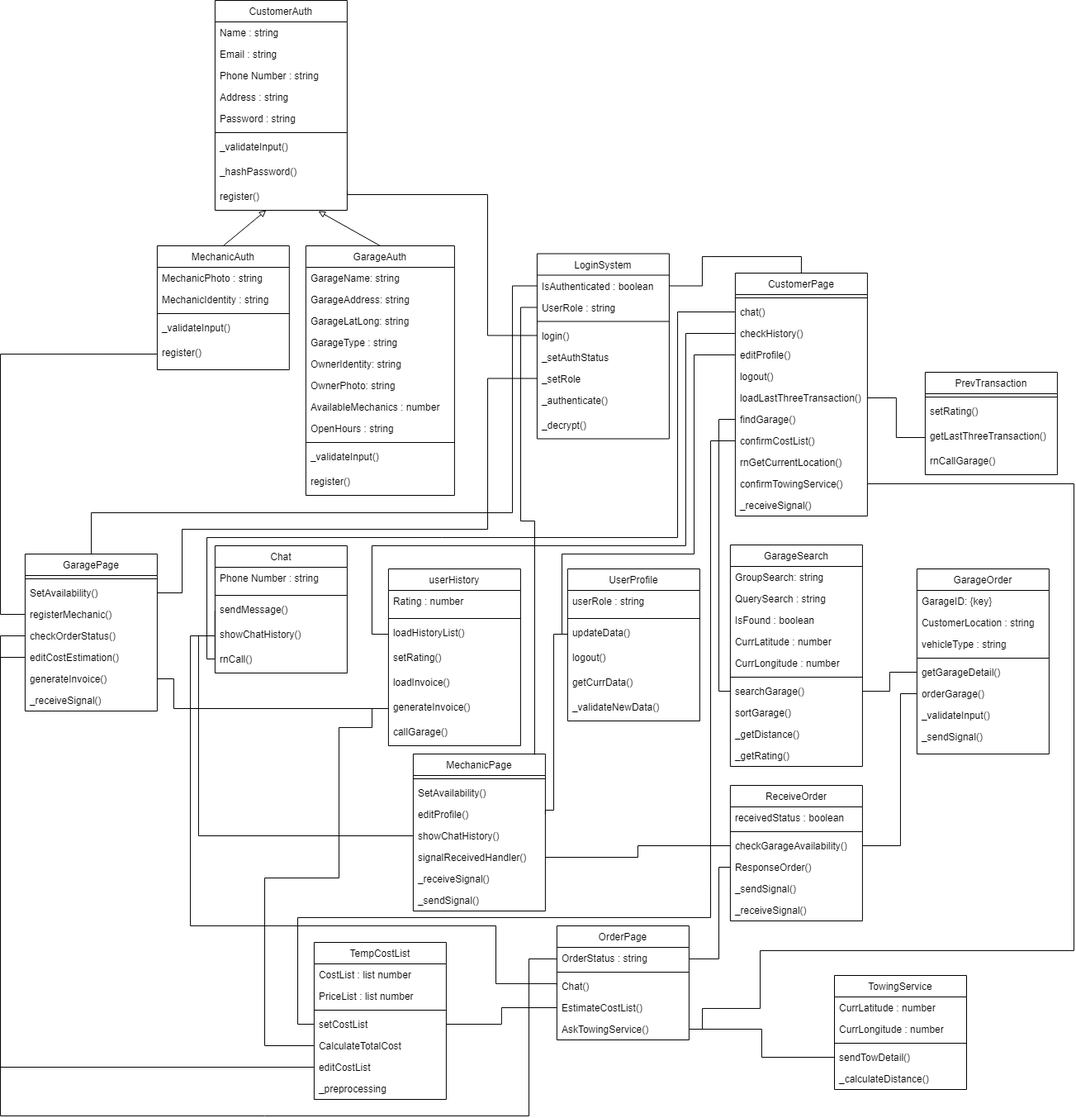
This is Systems/ClassDiagram.drawio.png from felixfilipi/E-Monteer, a draw.io export, as it was before one commit. Source tidied: cells renumbered, new cells last; positions are measured from the earlier drawing's top-left corner, leaving out a move shared by most shapes.
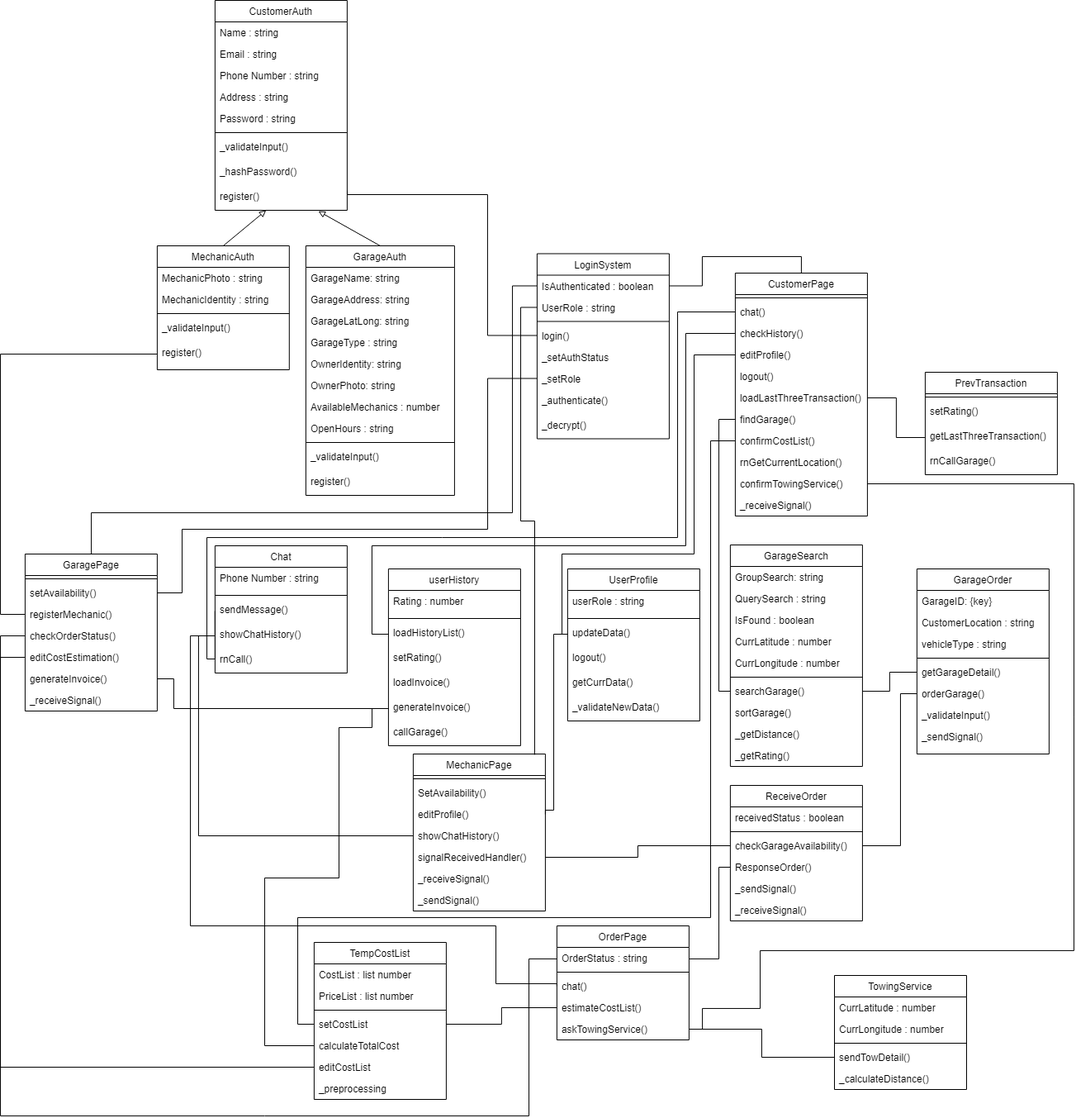
After the commit.

Diff of the diagram source:
```diff
@@ -329,7 +329,7 @@
     <mxCell id="110" value="setCostList" style="text;align=left;verticalAlign=top;spacingLeft=4;spacingRight=4;overflow=hidden;points=[[0,0.5],[1,0.5]];portConstraint=eastwest;" parent="106" vertex="1">
       <mxGeometry y="86" width="160" height="26" as="geometry" />
     </mxCell>
-    <mxCell id="111" value="CalculateTotalCost" style="text;align=left;verticalAlign=top;spacingLeft=4;spacingRight=4;overflow=hidden;points=[[0,0.5],[1,0.5]];portConstraint=eastwest;" parent="106" vertex="1">
+    <mxCell id="111" value="calculateTotalCost" style="text;align=left;verticalAlign=top;spacingLeft=4;spacingRight=4;overflow=hidden;points=[[0,0.5],[1,0.5]];portConstraint=eastwest;" parent="106" vertex="1">
       <mxGeometry y="112" width="160" height="26" as="geometry" />
     </mxCell>
     <mxCell id="112" value="editCostList" style="text;align=left;verticalAlign=top;spacingLeft=4;spacingRight=4;overflow=hidden;points=[[0,0.5],[1,0.5]];portConstraint=eastwest;" parent="106" vertex="1">
@@ -347,13 +347,13 @@
     <mxCell id="116" style="line;html=1;strokeWidth=1;align=left;verticalAlign=middle;spacingTop=-1;spacingLeft=3;spacingRight=3;labelPosition=right;" parent="114" vertex="1">
       <mxGeometry y="52" width="160" height="8" as="geometry" />
     </mxCell>
-    <mxCell id="117" value="Chat()" style="text;align=left;verticalAlign=top;spacingLeft=4;spacingRight=4;overflow=hidden;points=[[0,0.5],[1,0.5]];portConstraint=eastwest;" parent="114" vertex="1">
+    <mxCell id="117" value="chat()" style="text;align=left;verticalAlign=top;spacingLeft=4;spacingRight=4;overflow=hidden;points=[[0,0.5],[1,0.5]];portConstraint=eastwest;" parent="114" vertex="1">
       <mxGeometry y="60" width="160" height="26" as="geometry" />
     </mxCell>
-    <mxCell id="118" value="EstimateCostList()" style="text;align=left;verticalAlign=top;spacingLeft=4;spacingRight=4;overflow=hidden;points=[[0,0.5],[1,0.5]];portConstraint=eastwest;" parent="114" vertex="1">
+    <mxCell id="118" value="estimateCostList()" style="text;align=left;verticalAlign=top;spacingLeft=4;spacingRight=4;overflow=hidden;points=[[0,0.5],[1,0.5]];portConstraint=eastwest;" parent="114" vertex="1">
       <mxGeometry y="86" width="160" height="26" as="geometry" />
     </mxCell>
-    <mxCell id="119" value="AskTowingService()" style="text;align=left;verticalAlign=top;spacingLeft=4;spacingRight=4;overflow=hidden;points=[[0,0.5],[1,0.5]];portConstraint=eastwest;" parent="114" vertex="1">
+    <mxCell id="119" value="askTowingService()" style="text;align=left;verticalAlign=top;spacingLeft=4;spacingRight=4;overflow=hidden;points=[[0,0.5],[1,0.5]];portConstraint=eastwest;" parent="114" vertex="1">
       <mxGeometry y="112" width="160" height="26" as="geometry" />
     </mxCell>
     <mxCell id="120" value="MechanicPage" style="swimlane;fontStyle=0;align=center;verticalAlign=top;horizontal=1;startSize=26;rounded=0;shadow=0;strokeWidth=1;" parent="1" vertex="1">
@@ -410,7 +410,7 @@
     <mxCell id="137" style="line;html=1;strokeWidth=1;align=left;verticalAlign=middle;spacingTop=-1;spacingLeft=3;spacingRight=3;labelPosition=right;" parent="136" vertex="1">
       <mxGeometry y="26" width="160" height="8" as="geometry" />
     </mxCell>
-    <mxCell id="138" value="SetAvailability()" style="text;align=left;verticalAlign=top;spacingLeft=4;spacingRight=4;overflow=hidden;points=[[0,0.5],[1,0.5]];portConstraint=eastwest;" parent="136" vertex="1">
+    <mxCell id="138" value="setAvailability()" style="text;align=left;verticalAlign=top;spacingLeft=4;spacingRight=4;overflow=hidden;points=[[0,0.5],[1,0.5]];portConstraint=eastwest;" parent="136" vertex="1">
       <mxGeometry y="34" width="160" height="26" as="geometry" />
     </mxCell>
     <mxCell id="139" value="registerMechanic()" style="text;align=left;verticalAlign=top;spacingLeft=4;spacingRight=4;overflow=hidden;points=[[0,0.5],[1,0.5]];portConstraint=eastwest;" parent="136" vertex="1">
```
